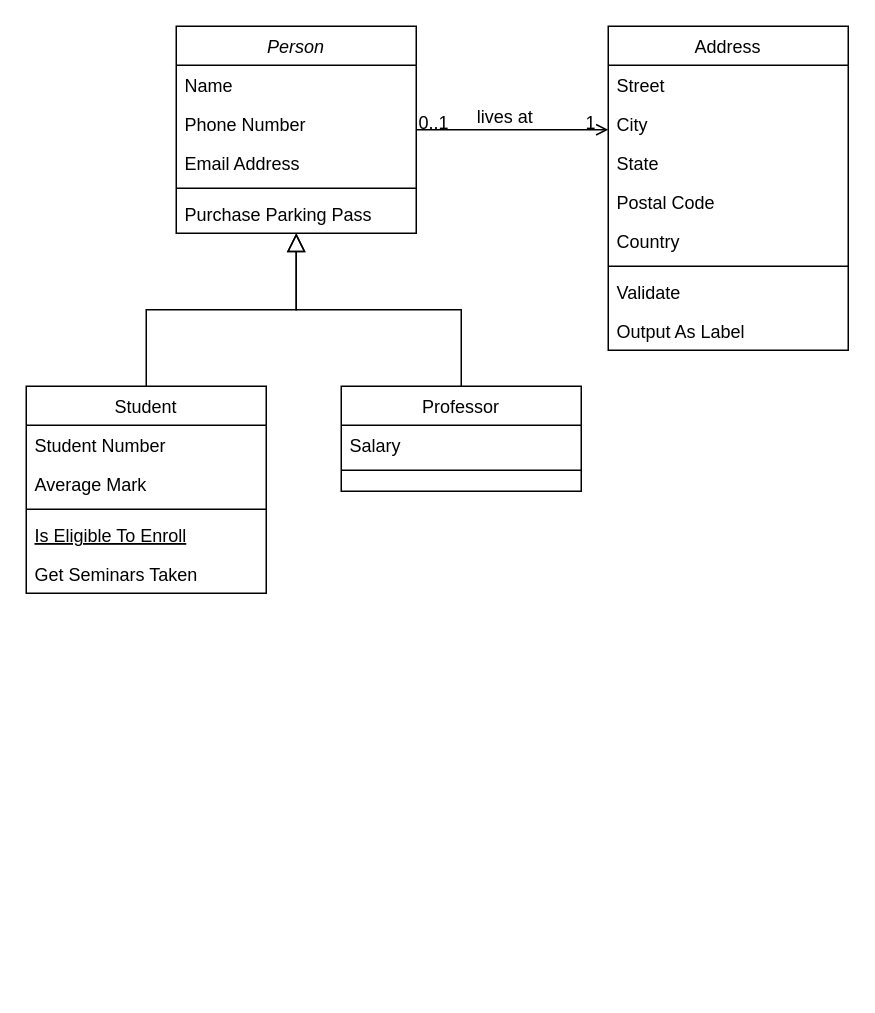
Above: misc/diagramas/Diagrama de Classe/Diagrama de Classe.drawio in VerbalThree/OpenVoice (draw.io), before the change. Source tidied: cells renumbered, new cells numbered last; positions are measured from the earlier drawing's top-left corner, leaving out a move shared by most shapes. Both pictures are drawn from the tidied source at 150%, with x=0, y=0 at pixel (26, 26).
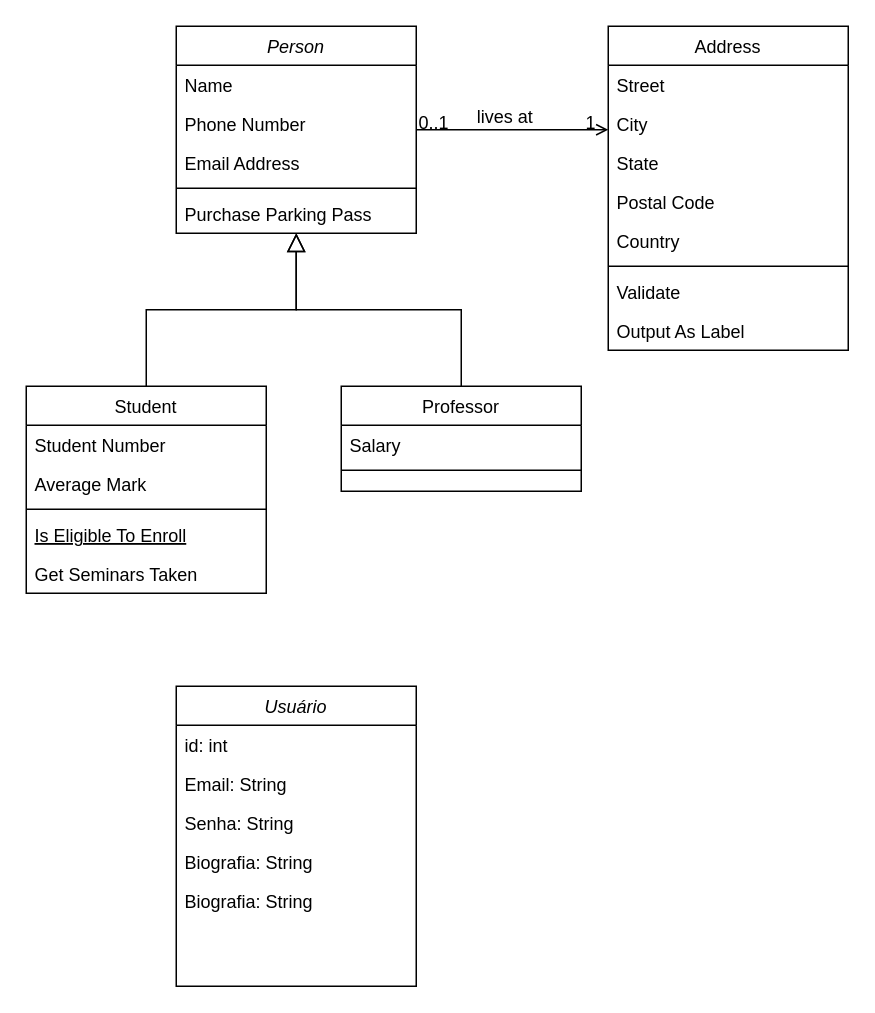
Above is the later version.

What changed in the source:
```diff
@@
+    <mxCell id="32" value="Usuário" style="swimlane;fontStyle=2;align=center;verticalAlign=top;horizontal=1;startSize=26;rounded=0;shadow=0;strokeWidth=1;" parent="1" vertex="1">
+      <mxGeometry x="100" y="440" width="160" height="200" as="geometry" />
+    </mxCell>
+    <mxCell id="33" value="id: int" style="text;align=left;verticalAlign=top;spacingLeft=4;spacingRight=4;overflow=hidden;" parent="32" vertex="1">
+      <mxGeometry y="26" width="160" height="26" as="geometry" />
+    </mxCell>
+    <mxCell id="34" value="Email: String" style="text;align=left;verticalAlign=top;spacingLeft=4;spacingRight=4;overflow=hidden;rounded=0;shadow=0;html=0;" parent="32" vertex="1">
+      <mxGeometry y="52" width="160" height="26" as="geometry" />
+    </mxCell>
+    <mxCell id="35" value="Senha: String" style="text;align=left;verticalAlign=top;spacingLeft=4;spacingRight=4;overflow=hidden;rounded=0;shadow=0;html=0;" parent="32" vertex="1">
+      <mxGeometry y="78" width="160" height="26" as="geometry" />
+    </mxCell>
+    <mxCell id="36" value="Biografia: String" style="text;align=left;verticalAlign=top;spacingLeft=4;spacingRight=4;overflow=hidden;rounded=0;shadow=0;html=0;" parent="32" vertex="1">
+      <mxGeometry y="104" width="160" height="26" as="geometry" />
+    </mxCell>
+    <mxCell id="37" value="Biografia: String" style="text;align=left;verticalAlign=top;spacingLeft=4;spacingRight=4;overflow=hidden;rounded=0;shadow=0;html=0;" parent="32" vertex="1">
+      <mxGeometry y="130" width="160" height="26" as="geometry" />
+    </mxCell>
```
